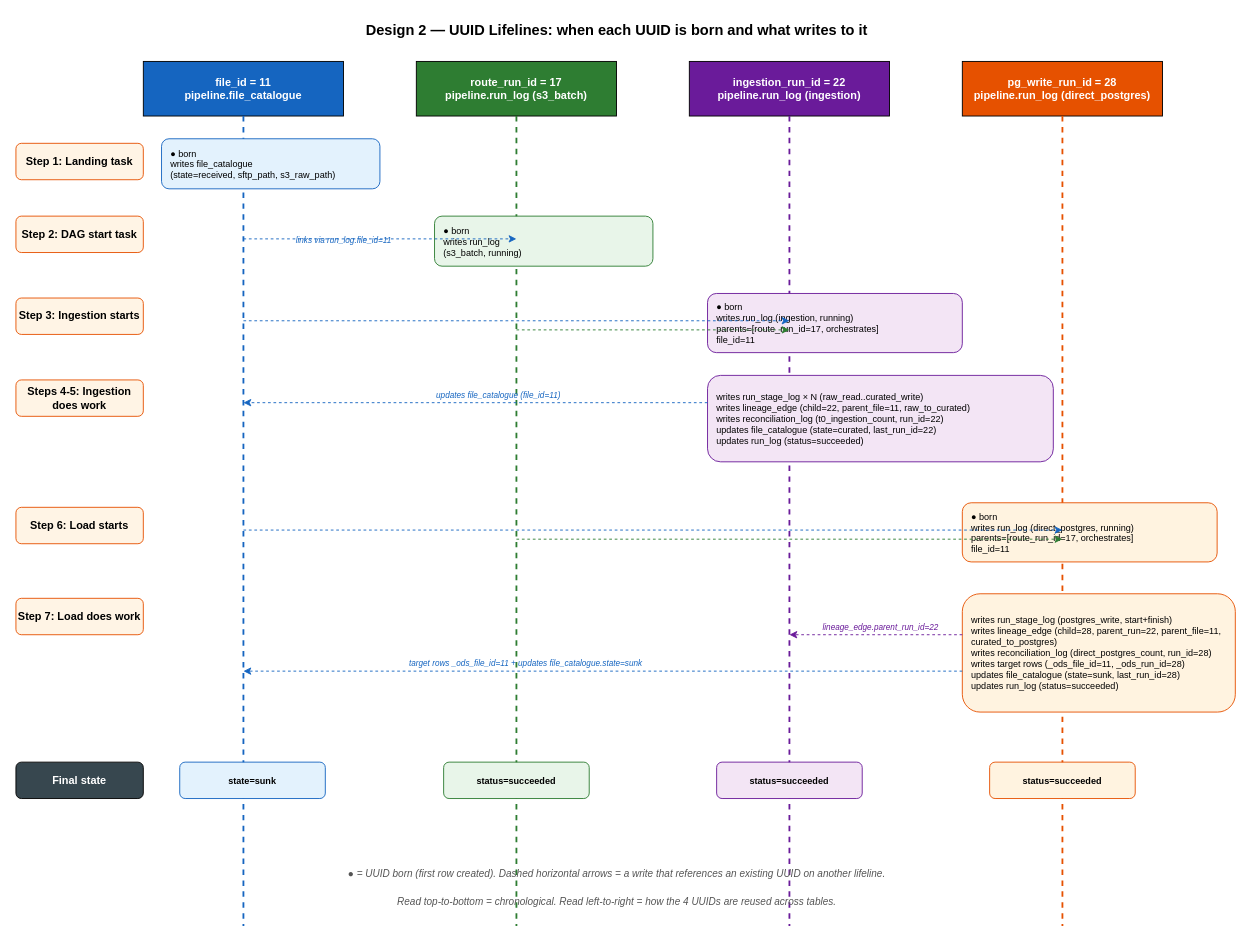
This is docs/dev-guides/control-tables-design2-lifelines.drawio from holdersav20001/ods, a draw.io file, before an edit. Source tidied: cells renumbered, new cells numbered last; positions are measured from the earlier drawing's top-left corner, leaving out a move shared by most shapes. Both pictures are drawn from the tidied source at 91%, with x=0, y=0 at pixel (15, 15).
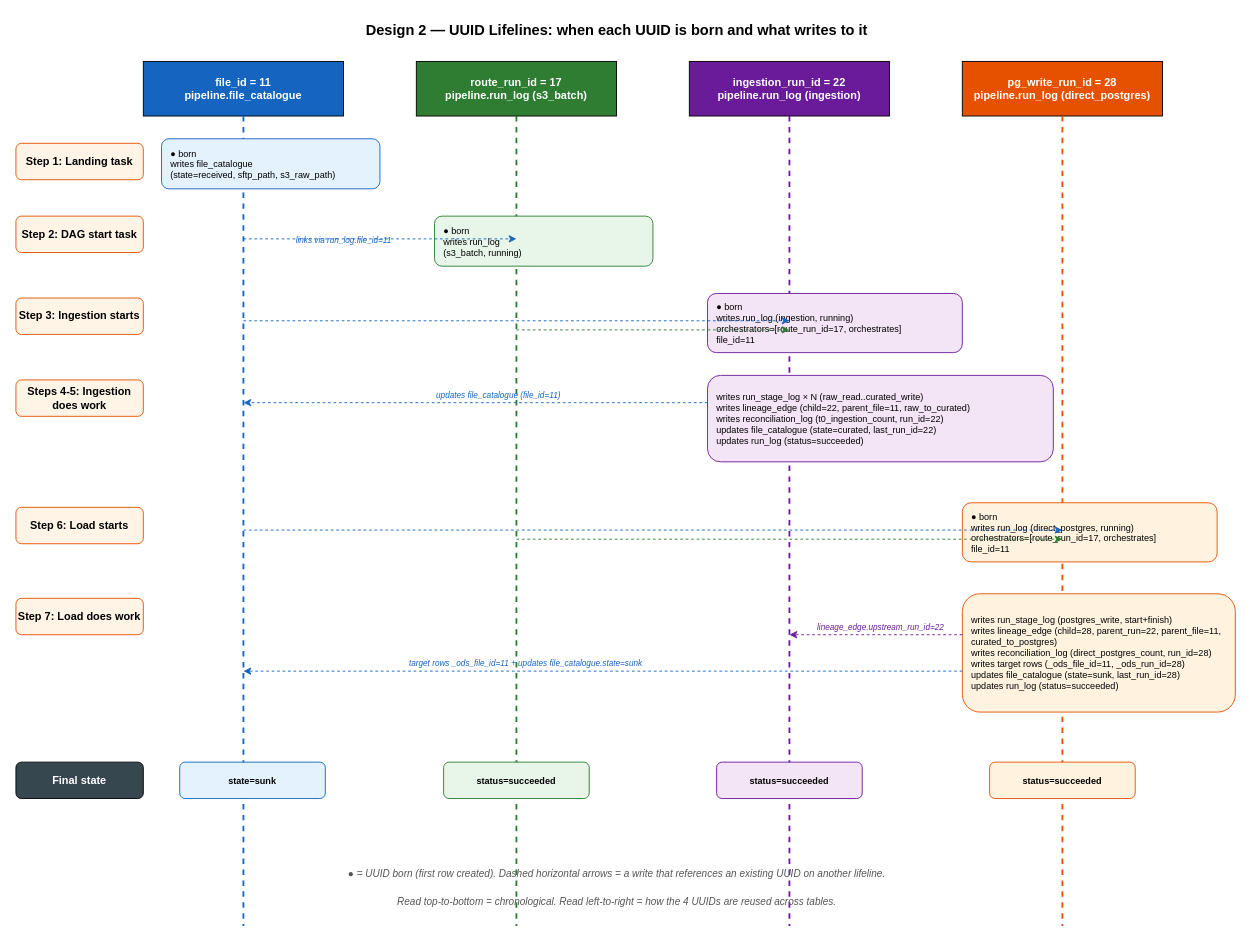
Above is the later version.

What changed in the source:
```diff
@@
-    <mxCell id="18" value="●  born&#10;writes run_log (ingestion, running)&#10;parents=[route_run_id=17, orchestrates]&#10;file_id=11" style="rounded=1;whiteSpace=wrap;html=1;fillColor=#F3E5F5;strokeColor=#6A1B9A;align=left;spacingLeft=8;fontSize=10;" parent="1" vertex="1">
+    <mxCell id="18" value="●  born&#10;writes run_log (ingestion, running)&#10;orchestrators=[route_run_id=17, orchestrates]&#10;file_id=11" style="rounded=1;whiteSpace=wrap;html=1;fillColor=#F3E5F5;strokeColor=#6A1B9A;align=left;spacingLeft=8;fontSize=10;" parent="1" vertex="1">
       <mxGeometry x="760" y="305" width="280" height="65" as="geometry" />
     </mxCell>
@@
-    <mxCell id="26" value="●  born&#10;writes run_log (direct_postgres, running)&#10;parents=[route_run_id=17, orchestrates]&#10;file_id=11" style="rounded=1;whiteSpace=wrap;html=1;fillColor=#FFF3E0;strokeColor=#E65100;align=left;spacingLeft=8;fontSize=10;" parent="1" vertex="1">
+    <mxCell id="26" value="●  born&#10;writes run_log (direct_postgres, running)&#10;orchestrators=[route_run_id=17, orchestrates]&#10;file_id=11" style="rounded=1;whiteSpace=wrap;html=1;fillColor=#FFF3E0;strokeColor=#E65100;align=left;spacingLeft=8;fontSize=10;" parent="1" vertex="1">
       <mxGeometry x="1040" y="535" width="280" height="65" as="geometry" />
     </mxCell>
@@
-    <mxCell id="32" value="lineage_edge.parent_run_id=22" style="text;html=1;align=center;fontSize=9;fontStyle=2;fontColor=#6A1B9A;" parent="1" vertex="1">
+    <mxCell id="32" value="lineage_edge.upstream_run_id=22" style="text;html=1;align=center;fontSize=9;fontStyle=2;fontColor=#6A1B9A;" parent="1" vertex="1">
       <mxGeometry x="860" y="660" width="180" height="20" as="geometry" />
     </mxCell>
```
